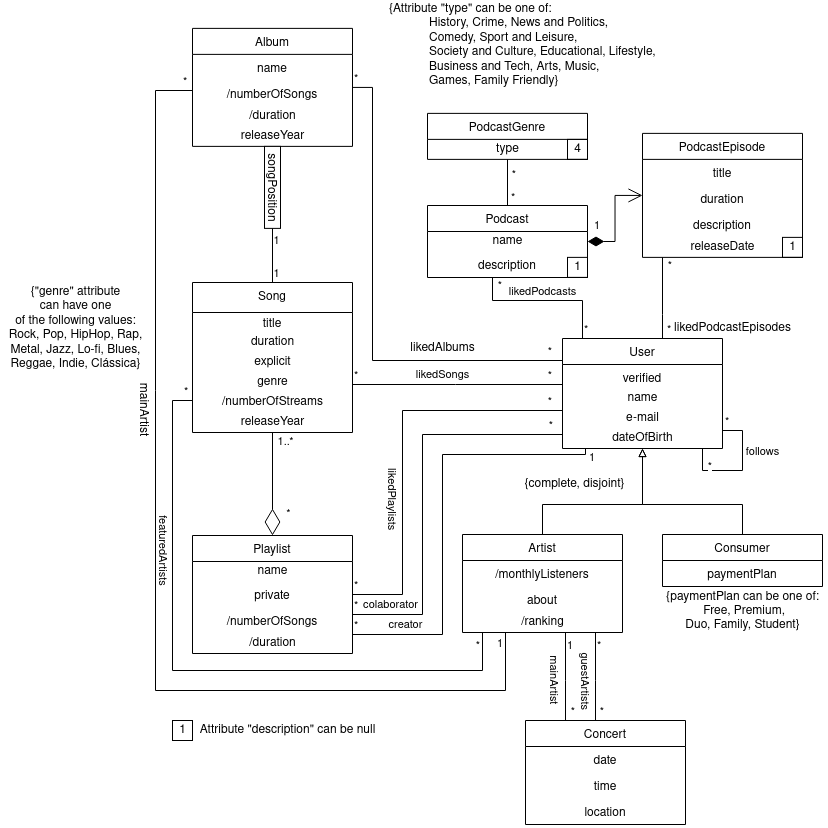
Naapperas/feup-bd keeps this draw.io diagram as 2-delivery/Spotify-class-diag-Page-2.drawio.png. Above is the earlier version. Source tidied: cells renumbered, new cells last; positions are measured from the earlier drawing's top-left corner, leaving out a move shared by most shapes.
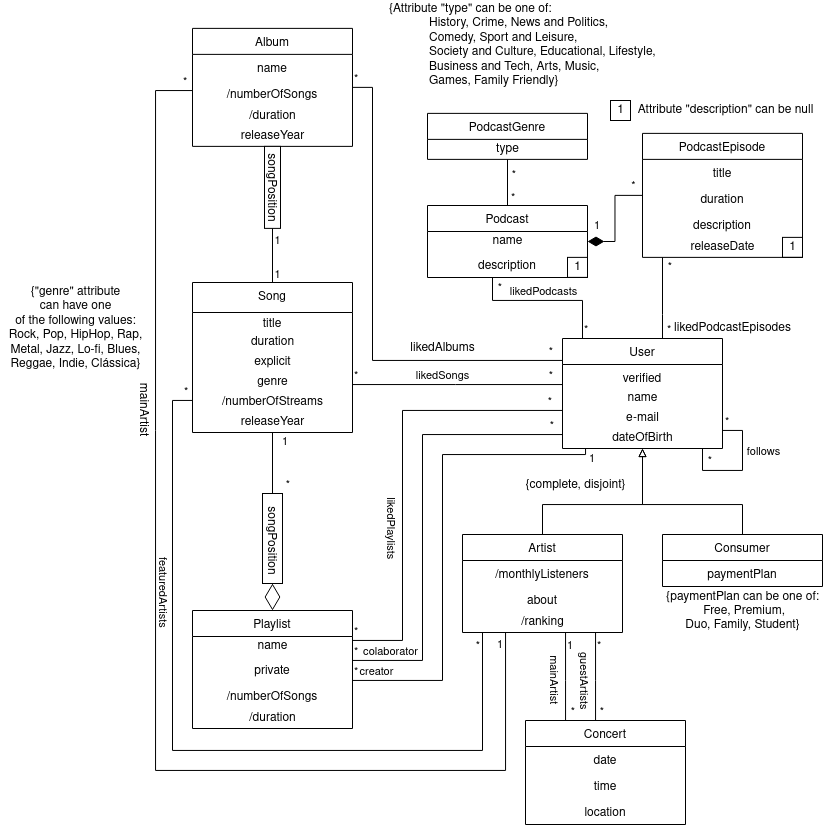
Later version of the same file.

The edit, as a diff of the source:
```diff
@@ -105,7 +105,7 @@
       <mxGeometry y="78" width="160" height="26" as="geometry" />
     </mxCell>
     <mxCell id="32" value="Playlist" style="swimlane;fontStyle=0;horizontal=1;startSize=26;fillColor=none;align=center;" parent="1" vertex="1">
-      <mxGeometry x="192" y="535" width="160" height="118" as="geometry" />
+      <mxGeometry x="192" y="610" width="160" height="118" as="geometry" />
     </mxCell>
     <mxCell id="33" value="name" style="text;html=1;align=center;verticalAlign=middle;strokeColor=none;fillColor=none;" parent="32" vertex="1">
       <mxGeometry y="26" width="160" height="20" as="geometry" />
@@ -204,22 +204,14 @@
     <mxCell id="57" value="likedPodcastEpisodes" style="text;html=1;align=center;verticalAlign=middle;strokeColor=none;fillColor=none;rotation=0;" parent="1" vertex="1">
       <mxGeometry x="667" y="318" width="130" height="20" as="geometry" />
     </mxCell>
-    <mxCell id="58" value="1" style="endArrow=open;html=1;endSize=12;startArrow=diamondThin;startSize=14;startFill=1;edgeStyle=orthogonalEdgeStyle;align=left;verticalAlign=bottom;rounded=0;" parent="1" edge="1" source="37" target="42">
+    <mxCell id="58" value="1" style="endArrow=none;html=1;endSize=12;startArrow=diamondThin;startSize=14;startFill=1;edgeStyle=orthogonalEdgeStyle;align=left;verticalAlign=bottom;rounded=0;endFill=0;" parent="1" edge="1" source="37" target="42">
       <mxGeometry x="-0.9" y="6" relative="1" as="geometry" />
     </mxCell>
-    <mxCell id="59" style="endArrow=diamondThin;endFill=0;endSize=24;html=1;rounded=0;" parent="1" edge="1" source="2" target="32">
-      <mxGeometry relative="1" as="geometry" />
-    </mxCell>
-    <mxCell id="60" value="*" style="edgeLabel;html=1;align=center;verticalAlign=middle;" parent="59" vertex="1">
-      <mxGeometry relative="1" as="geometry">
-        <mxPoint x="16" y="29" as="offset" />
+    <mxCell id="60" value="*" style="edgeLabel;html=1;align=center;verticalAlign=middle;" parent="58" vertex="1">
+      <mxGeometry x="0.82" y="-1" relative="1" as="geometry">
+        <mxPoint y="-11" as="offset" />
       </mxGeometry>
     </mxCell>
-    <mxCell id="61" value="1..*" style="edgeLabel;html=1;align=center;verticalAlign=middle;" parent="59" vertex="1">
-      <mxGeometry x="0.65" y="-1" relative="1" as="geometry">
-        <mxPoint x="14" y="-77" as="offset" />
-      </mxGeometry>
-    </mxCell>
     <mxCell id="62" value="1" style="text;html=1;align=center;verticalAlign=middle;strokeColor=default;fillColor=none;" parent="1" vertex="1">
       <mxGeometry x="567" y="256.9" width="20" height="20" as="geometry" />
     </mxCell>
@@ -227,10 +219,10 @@
       <mxGeometry x="782" y="236.9" width="20" height="20" as="geometry" />
     </mxCell>
     <mxCell id="64" value="1" style="text;html=1;align=center;verticalAlign=middle;strokeColor=default;fillColor=none;" parent="1" vertex="1">
-      <mxGeometry x="172" y="720" width="20" height="20" as="geometry" />
+      <mxGeometry x="610" y="100" width="20" height="20" as="geometry" />
     </mxCell>
     <mxCell id="65" value="Attribute &quot;description&quot; can be null&lt;br&gt;" style="text;html=1;align=center;verticalAlign=middle;strokeColor=none;fillColor=none;" parent="1" vertex="1">
-      <mxGeometry x="192" y="720" width="190" height="20" as="geometry" />
+      <mxGeometry x="630" y="100" width="190" height="20" as="geometry" />
     </mxCell>
     <mxCell id="66" style="endArrow=none;html=1;edgeStyle=orthogonalEdgeStyle;rounded=0;" parent="1" edge="1" source="14" target="14">
       <mxGeometry relative="1" as="geometry">
@@ -248,7 +240,7 @@
     </mxCell>
     <mxCell id="68" value="*" style="edgeLabel;html=1;align=right;verticalAlign=bottom;strokeColor=default;" parent="66" vertex="1">
       <mxGeometry x="1" relative="1" as="geometry">
-        <mxPoint x="-10" y="45" as="offset" />
+        <mxPoint x="-10" y="39" as="offset" />
       </mxGeometry>
     </mxCell>
     <mxCell id="69" value="follows" style="edgeLabel;html=1;align=center;verticalAlign=middle;" parent="66" vertex="1">
@@ -282,7 +274,7 @@
     <mxCell id="74" style="endArrow=none;html=1;edgeStyle=orthogonalEdgeStyle;rounded=0;" parent="1" edge="1" source="32" target="14">
       <mxGeometry relative="1" as="geometry">
         <Array as="points">
-          <mxPoint x="442" y="634" />
+          <mxPoint x="442" y="680" />
           <mxPoint x="442" y="454" />
           <mxPoint x="585" y="454" />
         </Array>
@@ -298,15 +290,14 @@
     </mxCell>
     <mxCell id="77" value="creator" style="edgeLabel;html=1;align=center;verticalAlign=middle;" parent="74" vertex="1">
       <mxGeometry x="-0.81" relative="1" as="geometry">
-        <mxPoint x="13" y="-10" as="offset" />
+        <mxPoint x="-20" y="-10" as="offset" />
       </mxGeometry>
     </mxCell>
     <mxCell id="78" style="endArrow=none;html=1;edgeStyle=orthogonalEdgeStyle;rounded=0;" parent="1" edge="1" source="32" target="14">
       <mxGeometry relative="1" as="geometry">
         <Array as="points">
-          <mxPoint x="422" y="614" />
+          <mxPoint x="422" y="660" />
           <mxPoint x="422" y="434" />
-          <mxPoint x="575" y="434" />
         </Array>
       </mxGeometry>
     </mxCell>
@@ -320,13 +311,13 @@
     </mxCell>
     <mxCell id="81" value="colaborator" style="edgeLabel;html=1;align=center;verticalAlign=middle;" parent="78" vertex="1">
       <mxGeometry x="-0.82" relative="1" as="geometry">
-        <mxPoint x="2" y="-10" as="offset" />
+        <mxPoint x="-3" y="-10" as="offset" />
       </mxGeometry>
     </mxCell>
     <mxCell id="82" style="endArrow=none;html=1;edgeStyle=orthogonalEdgeStyle;rounded=0;" parent="1" edge="1" source="32" target="14">
       <mxGeometry relative="1" as="geometry">
         <Array as="points">
-          <mxPoint x="402" y="594" />
+          <mxPoint x="402" y="640" />
           <mxPoint x="402" y="410" />
         </Array>
       </mxGeometry>
@@ -388,8 +379,8 @@
       <mxGeometry relative="1" as="geometry">
         <Array as="points">
           <mxPoint x="172" y="400" />
-          <mxPoint x="172" y="670" />
-          <mxPoint x="482" y="670" />
+          <mxPoint x="172" y="750" />
+          <mxPoint x="482" y="750" />
         </Array>
       </mxGeometry>
     </mxCell>
@@ -411,9 +402,6 @@
     <mxCell id="98" value="{paymentPlan can be one of: &lt;br&gt;&lt;div&gt;&lt;span style=&quot;white-space: pre&quot;&gt; &lt;/span&gt;Free, Premium, &lt;br&gt;&lt;/div&gt;&lt;div&gt;Duo, Family, Student}&lt;/div&gt;" style="text;html=1;align=center;verticalAlign=middle;strokeColor=none;fillColor=none;" parent="1" vertex="1">
       <mxGeometry x="657" y="586" width="170" height="50" as="geometry" />
     </mxCell>
-    <mxCell id="99" value="4" style="text;html=1;align=center;verticalAlign=middle;strokeColor=default;fillColor=none;" parent="1" vertex="1">
-      <mxGeometry x="567" y="138.9" width="20" height="20" as="geometry" />
-    </mxCell>
     <mxCell id="100" value="{Attribute &quot;type&quot; can be one of:&lt;br&gt;&lt;blockquote style=&quot;margin: 0 0 0 40px ; border: none ; padding: 0px&quot;&gt;History, Crime, News and Politics,&lt;br&gt;Comedy, Sport and Leisure,&lt;br&gt; Society and Culture, Educational, Lifestyle,&lt;br&gt; Business and Tech, Arts, Music,&lt;/blockquote&gt;&lt;blockquote style=&quot;margin: 0 0 0 40px ; border: none ; padding: 0px&quot;&gt;Games, Family Friendly}&lt;/blockquote&gt;" style="text;html=1;align=left;verticalAlign=middle;strokeColor=none;fillColor=none;" parent="1" vertex="1">
       <mxGeometry x="387" width="280" height="90" as="geometry" />
     </mxCell>
@@ -421,8 +409,8 @@
       <mxGeometry x="0.03" y="-40" relative="1" as="geometry">
         <Array as="points">
           <mxPoint x="155" y="90" />
-          <mxPoint x="155" y="690" />
-          <mxPoint x="505" y="690" />
+          <mxPoint x="155" y="770" />
+          <mxPoint x="505" y="770" />
         </Array>
       </mxGeometry>
     </mxCell>
@@ -439,9 +427,6 @@
     <mxCell id="104" value="mainArtist" style="text;html=1;align=center;verticalAlign=middle;strokeColor=none;fillColor=none;rotation=90;" parent="1" vertex="1">
       <mxGeometry x="109" y="399" width="70" height="20" as="geometry" />
     </mxCell>
-    <mxCell id="105" value="&amp;nbsp;" style="text;whiteSpace=wrap;html=1;" parent="1" vertex="1">
-      <mxGeometry x="105" y="520" width="30" height="30" as="geometry" />
-    </mxCell>
     <mxCell id="106" style="endArrow=none;html=1;edgeStyle=orthogonalEdgeStyle;rounded=0;" parent="1" edge="1" source="20" target="28">
       <mxGeometry relative="1" as="geometry">
         <Array as="points">
@@ -487,5 +472,27 @@
     <mxCell id="115" value="&lt;div&gt;{&quot;genre&quot; attribute &lt;br&gt;&lt;/div&gt;&lt;div&gt;can have one &lt;br&gt;&lt;/div&gt;&lt;div&gt;of the following values: &lt;br&gt;&lt;/div&gt;&lt;div&gt;Rock, Pop, HipHop, Rap, &lt;br&gt;&lt;/div&gt;&lt;div&gt;Metal, Jazz, Lo-fi, Blues, &lt;br&gt;&lt;/div&gt;&lt;div&gt;Reggae, Indie, Clássica}&lt;/div&gt;" style="text;html=1;align=center;verticalAlign=middle;strokeColor=none;fillColor=none;" parent="1" vertex="1">
       <mxGeometry y="283" width="150" height="90" as="geometry" />
     </mxCell>
+    <mxCell id="116" style="endArrow=none;html=1;edgeStyle=orthogonalEdgeStyle;rounded=0;" parent="1" edge="1" source="2" target="119">
+      <mxGeometry relative="1" as="geometry" />
+    </mxCell>
+    <mxCell id="117" value="1" style="edgeLabel;html=1;align=left;verticalAlign=bottom;" parent="116" vertex="1">
+      <mxGeometry x="-1" relative="1" as="geometry">
+        <mxPoint x="8" y="18" as="offset" />
+      </mxGeometry>
+    </mxCell>
+    <mxCell id="118" value="*" style="edgeLabel;html=1;align=right;verticalAlign=bottom;" parent="116" vertex="1">
+      <mxGeometry x="1" relative="1" as="geometry">
+        <mxPoint x="18" as="offset" />
+      </mxGeometry>
+    </mxCell>
+    <mxCell id="119" style="whiteSpace=wrap;html=1;strokeColor=default;direction=south;" parent="1" vertex="1">
+      <mxGeometry x="262" y="493" width="20" height="90" as="geometry" />
+    </mxCell>
+    <mxCell id="120" value="songPosition" style="text;html=1;align=center;verticalAlign=middle;strokeColor=none;fillColor=none;rotation=90;" parent="1" vertex="1">
+      <mxGeometry x="232" y="530" width="80" height="20" as="geometry" />
+    </mxCell>
+    <mxCell id="121" style="endArrow=diamondThin;endFill=0;endSize=24;html=1;rounded=0;exitX=1;exitY=0.5;exitDx=0;exitDy=0;" parent="1" edge="1" source="119" target="32">
+      <mxGeometry relative="1" as="geometry" />
+    </mxCell>
   </root>
 </mxGraphModel>
```
